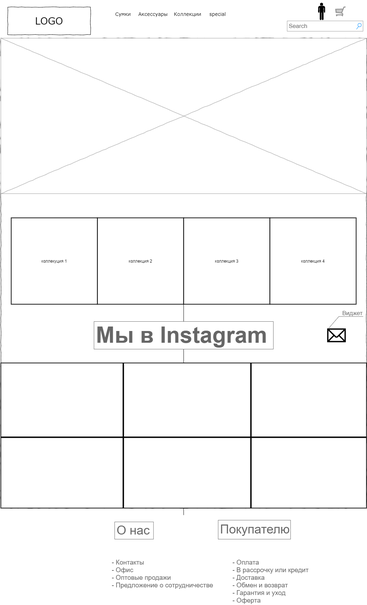
The draw.io diagram Untitled Diagram.png in Edelweiss445/Hard-Craft-shop, before a commit. Source tidied: cells renumbered, new cells last; positions are measured from the earlier drawing's top-left corner, leaving out a move shared by most shapes.
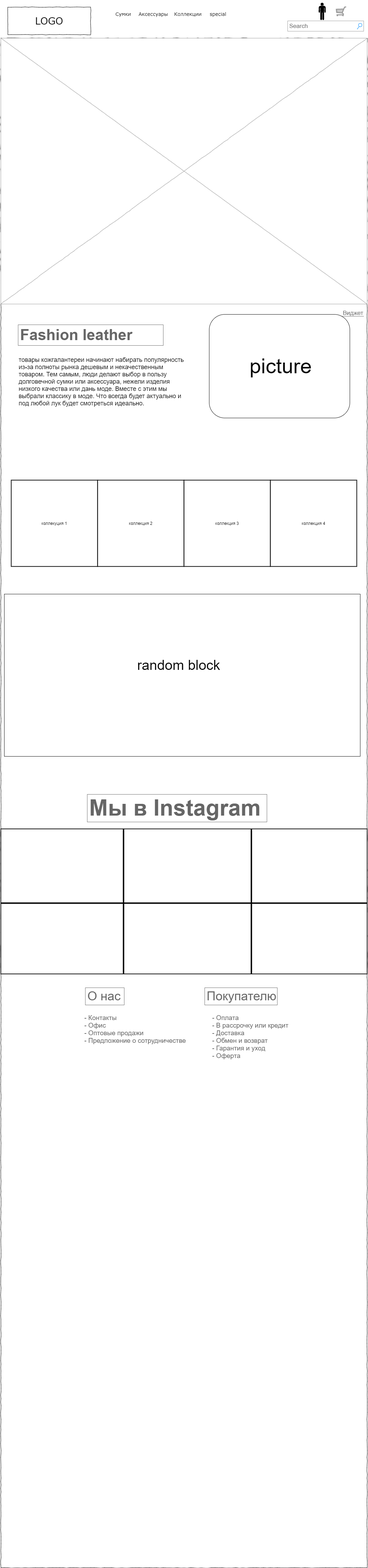
After the change.

Diff of the diagram source:
```diff
@@ -2,16 +2,8 @@
   <root>
     <mxCell id="0" />
     <mxCell id="1" parent="0" />
-    <mxCell id="2" style="edgeStyle=orthogonalEdgeStyle;rounded=0;jettySize=auto;html=1;" parent="1" edge="1" source="4">
-      <mxGeometry relative="1" as="geometry">
-        <mxPoint x="530" y="862" as="targetPoint" />
-      </mxGeometry>
-    </mxCell>
-    <mxCell id="3" style="edgeStyle=orthogonalEdgeStyle;rounded=0;orthogonalLoop=1;jettySize=auto;html=1;exitX=0.5;exitY=1;exitDx=0;exitDy=0;" parent="1" edge="1" source="4" target="4">
-      <mxGeometry relative="1" as="geometry" />
-    </mxCell>
     <mxCell id="4" style="whiteSpace=wrap;html=1;rounded=0;shadow=0;labelBackgroundColor=none;strokeColor=#000000;strokeWidth=1;fillColor=none;fontFamily=Verdana;fontSize=12;fontColor=#000000;align=center;comic=1;" parent="1" vertex="1">
-      <mxGeometry y="102" width="1060" height="1360" as="geometry" />
+      <mxGeometry y="102" width="1060" height="4430" as="geometry" />
     </mxCell>
     <mxCell id="5" value="LOGO" style="whiteSpace=wrap;html=1;rounded=0;shadow=0;labelBackgroundColor=none;strokeWidth=1;fontFamily=Verdana;fontSize=28;align=center;comic=1;" parent="1" vertex="1">
       <mxGeometry x="20" y="12" width="240" height="80" as="geometry" />
@@ -34,9 +26,6 @@
     <mxCell id="11" style="line;strokeWidth=1;html=1;rounded=0;shadow=0;labelBackgroundColor=none;fillColor=none;fontFamily=Verdana;fontSize=14;fontColor=#000000;align=center;comic=1;" parent="1" vertex="1">
       <mxGeometry y="122" width="1060" height="10" as="geometry" />
     </mxCell>
-    <mxCell id="12" style="verticalLabelPosition=bottom;shadow=0;dashed=0;align=center;html=1;verticalAlign=top;strokeWidth=1;shape=mxgraph.mockup.graphics.simpleIcon;strokeColor=#999999;rounded=0;labelBackgroundColor=none;fontFamily=Verdana;fontSize=14;fontColor=#000000;comic=1;" parent="1" vertex="1">
-      <mxGeometry y="102" width="1060" height="450" as="geometry" />
-    </mxCell>
     <mxCell id="13" value="External Links" style="text;html=1;align=left;verticalAlign=top;spacingTop=-4;fontSize=14;fontFamily=Verdana;" parent="1" vertex="1">
       <mxGeometry x="840" y="635" width="170" height="20" as="geometry" />
     </mxCell>
@@ -46,58 +35,76 @@
     <mxCell id="15" style="shape=mxgraph.signs.people.man_1;html=1;fillColor=#000000;strokeColor=none;verticalLabelPosition=bottom;verticalAlign=top;align=center;" parent="1" vertex="1">
       <mxGeometry x="920" y="-0.5" width="20" height="50" as="geometry" />
     </mxCell>
+    <mxCell id="29" style="edgeStyle=orthogonalEdgeStyle;rounded=0;orthogonalLoop=1;jettySize=auto;html=1;exitX=0;exitY=0.5;exitDx=0;exitDy=0;exitPerimeter=0;entryX=0.5;entryY=0;entryDx=0;entryDy=0;entryPerimeter=0;fontSize=19;" parent="1" edge="1" source="15" target="15">
+      <mxGeometry relative="1" as="geometry">
+        <Array as="points">
+          <mxPoint x="940" y="22" />
+          <mxPoint x="950" y="22" />
+        </Array>
+      </mxGeometry>
+    </mxCell>
+    <mxCell id="31" value="Виджет" style="strokeWidth=1;shadow=0;dashed=0;align=center;html=1;shape=mxgraph.mockup.text.callout;linkText=;textSize=17;textColor=#666666;callDir=NE;callStyle=line;fontSize=17;fontColor=#666666;align=right;verticalAlign=top;strokeColor=#666666;" parent="1" vertex="1">
+      <mxGeometry x="950" y="882" width="100" height="60" as="geometry" />
+    </mxCell>
+    <mxCell id="32" style="verticalLabelPosition=bottom;shadow=0;dashed=0;align=center;html=1;verticalAlign=top;strokeWidth=1;shape=mxgraph.mockup.graphics.simpleIcon;strokeColor=#999999;rounded=0;labelBackgroundColor=none;fontFamily=Verdana;fontSize=14;fontColor=#000000;comic=1;" parent="1" vertex="1">
+      <mxGeometry y="102" width="1060" height="770" as="geometry" />
+    </mxCell>
     <mxCell id="16" value="коллекуция 1" style="whiteSpace=wrap;html=1;strokeWidth=2;" parent="1" vertex="1">
-      <mxGeometry x="30" y="622" width="250" height="250" as="geometry" />
+      <mxGeometry x="30" y="1382" width="250" height="250" as="geometry" />
     </mxCell>
     <mxCell id="17" value="коллекция 2" style="whiteSpace=wrap;html=1;strokeWidth=2;" parent="1" vertex="1">
-      <mxGeometry x="280" y="622" width="250" height="250" as="geometry" />
+      <mxGeometry x="280" y="1382" width="250" height="250" as="geometry" />
     </mxCell>
     <mxCell id="18" value="&lt;span&gt;коллекция 3&lt;/span&gt;" style="whiteSpace=wrap;html=1;strokeWidth=2;" parent="1" vertex="1">
-      <mxGeometry x="530" y="622" width="250" height="250" as="geometry" />
+      <mxGeometry x="530" y="1382" width="250" height="250" as="geometry" />
     </mxCell>
     <mxCell id="19" value="&lt;span&gt;коллекция 4&lt;/span&gt;" style="whiteSpace=wrap;html=1;strokeWidth=2;" parent="1" vertex="1">
-      <mxGeometry x="780" y="622" width="250" height="250" as="geometry" />
+      <mxGeometry x="780" y="1382" width="250" height="250" as="geometry" />
     </mxCell>
     <mxCell id="20" value="&lt;h2&gt;&lt;font style=&quot;font-size: 65px&quot;&gt;Мы в Instagram&lt;/font&gt;&lt;/h2&gt;" style="strokeWidth=1;shadow=0;dashed=0;align=center;html=1;shape=mxgraph.mockup.text.textBox;fontColor=#666666;align=left;fontSize=17;spacingLeft=4;spacingTop=-3;strokeColor=#666666;mainText=;" parent="1" vertex="1">
-      <mxGeometry x="270" y="922" width="520" height="80" as="geometry" />
+      <mxGeometry x="250" y="2292" width="520" height="80" as="geometry" />
     </mxCell>
-    <mxCell id="21" style="rounded=0;whiteSpace=wrap;html=1;strokeWidth=2;" parent="1" vertex="1">
-      <mxGeometry y="1042" width="1060" height="420" as="geometry" />
-    </mxCell>
-    <mxCell id="22" style="line;strokeWidth=4;direction=south;html=1;perimeter=backbonePerimeter;" parent="1" vertex="1">
-      <mxGeometry x="350" y="1042" width="10" height="420" as="geometry" />
-    </mxCell>
-    <mxCell id="23" style="line;strokeWidth=4;direction=south;html=1;perimeter=backbonePerimeter;" parent="1" vertex="1">
-      <mxGeometry x="720" y="1042" width="10" height="420" as="geometry" />
-    </mxCell>
-    <mxCell id="24" style="line;strokeWidth=4;html=1;perimeter=backbonePerimeter;" parent="1" vertex="1">
-      <mxGeometry y="1252" width="1060" height="10" as="geometry" />
-    </mxCell>
+    <mxCell id="33" style="rounded=0;whiteSpace=wrap;html=1;strokeWidth=2;" parent="1" vertex="1">
+      <mxGeometry y="2392" width="1060" height="420" as="geometry" />
+    </mxCell>
+    <mxCell id="34" style="line;strokeWidth=4;direction=south;html=1;perimeter=backbonePerimeter;" parent="1" vertex="1">
+      <mxGeometry x="350" y="2392" width="10" height="420" as="geometry" />
+    </mxCell>
+    <mxCell id="35" style="line;strokeWidth=4;direction=south;html=1;perimeter=backbonePerimeter;" parent="1" vertex="1">
+      <mxGeometry x="720" y="2392" width="10" height="420" as="geometry" />
+    </mxCell>
+    <mxCell id="36" style="line;strokeWidth=4;html=1;perimeter=backbonePerimeter;" parent="1" vertex="1">
+      <mxGeometry y="2602" width="1060" height="10" as="geometry" />
+    </mxCell>
     <mxCell id="25" value="&lt;font style=&quot;font-size: 36px&quot;&gt;О нас&lt;/font&gt;" style="strokeWidth=1;shadow=0;dashed=0;align=center;html=1;shape=mxgraph.mockup.text.textBox;fontColor=#666666;align=left;fontSize=17;spacingLeft=4;spacingTop=-3;strokeColor=#666666;mainText=;" parent="1" vertex="1">
-      <mxGeometry x="330" y="1502" width="112.5" height="50" as="geometry" />
+      <mxGeometry x="244.5" y="2852" width="112.5" height="50" as="geometry" />
     </mxCell>
     <mxCell id="26" value="&lt;font style=&quot;font-size: 36px&quot;&gt;Покупателю&lt;/font&gt;" style="strokeWidth=1;shadow=0;dashed=0;align=center;html=1;shape=mxgraph.mockup.text.textBox;fontColor=#666666;align=left;fontSize=17;spacingLeft=4;spacingTop=-3;strokeColor=#666666;mainText=;" parent="1" vertex="1">
-      <mxGeometry x="630" y="1497" width="210" height="55" as="geometry" />
+      <mxGeometry x="590" y="2852" width="210" height="50" as="geometry" />
     </mxCell>
     <mxCell id="27" value="- Оплата&lt;br style=&quot;font-size: 19px;&quot;&gt;- В рассрочку или кредит&lt;br style=&quot;font-size: 19px;&quot;&gt;- Доставка&lt;br style=&quot;font-size: 19px;&quot;&gt;- Обмен и возврат&lt;br style=&quot;font-size: 19px;&quot;&gt;- Гарантия и уход&lt;br style=&quot;font-size: 19px;&quot;&gt;- Оферта" style="strokeWidth=1;shadow=0;dashed=0;align=center;html=1;shape=mxgraph.mockup.text.bulletedList;textColor=#666666;mainText=,,,,;textSize=17;bulletStyle=none;strokeColor=none;fillColor=none;align=left;verticalAlign=top;fontSize=19;fontColor=#666666;" parent="1" vertex="1">
-      <mxGeometry x="670" y="1602" width="150" height="135" as="geometry" />
+      <mxGeometry x="610" y="2922" width="150" height="135" as="geometry" />
     </mxCell>
     <mxCell id="28" value="- Контакты&lt;br style=&quot;font-size: 19px;&quot;&gt;- Офис&lt;br style=&quot;font-size: 19px;&quot;&gt;- Оптовые продажи&lt;br style=&quot;font-size: 19px;&quot;&gt;- Предложение о сотрудничестве&lt;br style=&quot;font-size: 19px;&quot;&gt;" style="strokeWidth=1;shadow=0;dashed=0;align=center;html=1;shape=mxgraph.mockup.text.bulletedList;textColor=#666666;mainText=,,,,;textSize=17;bulletStyle=none;strokeColor=none;fillColor=none;align=left;verticalAlign=top;fontSize=19;fontColor=#666666;" parent="1" vertex="1">
-      <mxGeometry x="320" y="1602" width="150" height="135" as="geometry" />
+      <mxGeometry x="240" y="2922" width="150" height="135" as="geometry" />
     </mxCell>
-    <mxCell id="29" style="edgeStyle=orthogonalEdgeStyle;rounded=0;orthogonalLoop=1;jettySize=auto;html=1;exitX=0;exitY=0.5;exitDx=0;exitDy=0;exitPerimeter=0;entryX=0.5;entryY=0;entryDx=0;entryDy=0;entryPerimeter=0;fontSize=19;" parent="1" edge="1" source="15" target="15">
-      <mxGeometry relative="1" as="geometry">
-        <Array as="points">
-          <mxPoint x="940" y="22" />
-          <mxPoint x="950" y="22" />
-        </Array>
-      </mxGeometry>
-    </mxCell>
-    <mxCell id="30" style="shape=mxgraph.signs.tech.mail;html=1;fillColor=#000000;strokeColor=none;verticalLabelPosition=bottom;verticalAlign=top;align=center;fontSize=19;" parent="1" vertex="1">
-      <mxGeometry x="946" y="942" width="54" height="40" as="geometry" />
-    </mxCell>
-    <mxCell id="31" value="Виджет" style="strokeWidth=1;shadow=0;dashed=0;align=center;html=1;shape=mxgraph.mockup.text.callout;linkText=;textSize=17;textColor=#666666;callDir=NE;callStyle=line;fontSize=17;fontColor=#666666;align=right;verticalAlign=top;strokeColor=#666666;" parent="1" vertex="1">
-      <mxGeometry x="950" y="882" width="100" height="60" as="geometry" />
-    </mxCell>
+    <mxCell id="37" value="&lt;h3&gt;&lt;font style=&quot;font-size: 44px&quot;&gt;Fashion leather&lt;/font&gt;&lt;/h3&gt;" style="strokeWidth=1;shadow=0;dashed=0;align=center;html=1;shape=mxgraph.mockup.text.textBox;fontColor=#666666;align=left;fontSize=17;spacingLeft=4;spacingTop=-3;strokeColor=#666666;mainText=;" parent="1" vertex="1">
+      <mxGeometry x="50" y="932" width="420" height="60" as="geometry" />
+    </mxCell>
+    <mxCell id="38" value="&lt;span style=&quot;font-size: 18px&quot;&gt;товары кожгалантереи начинают набирать популярность из-за полноты рынка дешевым и некачественным товаром. Тем самым, люди делают выбор в пользу долговечной сумки или аксессуара, нежели изделия низкого качества или дань моде. Вместе с этим мы выбрали классику в моде. Что всегда будет актуально и под любой лук будет смотреться идеально.&lt;/span&gt;" style="text;spacingTop=-5;whiteSpace=wrap;html=1;align=left;fontSize=12;fontFamily=Helvetica;fillColor=none;strokeColor=none;" parent="1" vertex="1">
+      <mxGeometry x="50" y="1022" width="490" height="200" as="geometry" />
+    </mxCell>
+    <mxCell id="39" style="rounded=1;whiteSpace=wrap;html=1;" parent="1" vertex="1">
+      <mxGeometry x="603" y="902" width="407" height="300" as="geometry" />
+    </mxCell>
+    <mxCell id="40" value="&lt;font style=&quot;font-size: 60px&quot;&gt;picture&lt;/font&gt;" style="text;html=1;strokeColor=none;fillColor=none;align=center;verticalAlign=middle;whiteSpace=wrap;rounded=0;" parent="1" vertex="1">
+      <mxGeometry x="680" y="1022" width="260" height="60" as="geometry" />
+    </mxCell>
+    <mxCell id="41" style="rounded=0;whiteSpace=wrap;html=1;" parent="1" vertex="1">
+      <mxGeometry x="10" y="1712" width="1030" height="470" as="geometry" />
+    </mxCell>
+    <mxCell id="42" value="&lt;font style=&quot;font-size: 40px&quot;&gt;random block&lt;/font&gt;" style="text;html=1;strokeColor=none;fillColor=none;align=center;verticalAlign=middle;whiteSpace=wrap;rounded=0;" parent="1" vertex="1">
+      <mxGeometry x="200" y="1832" width="630" height="170" as="geometry" />
+    </mxCell>
   </root>
 </mxGraphModel>
```
